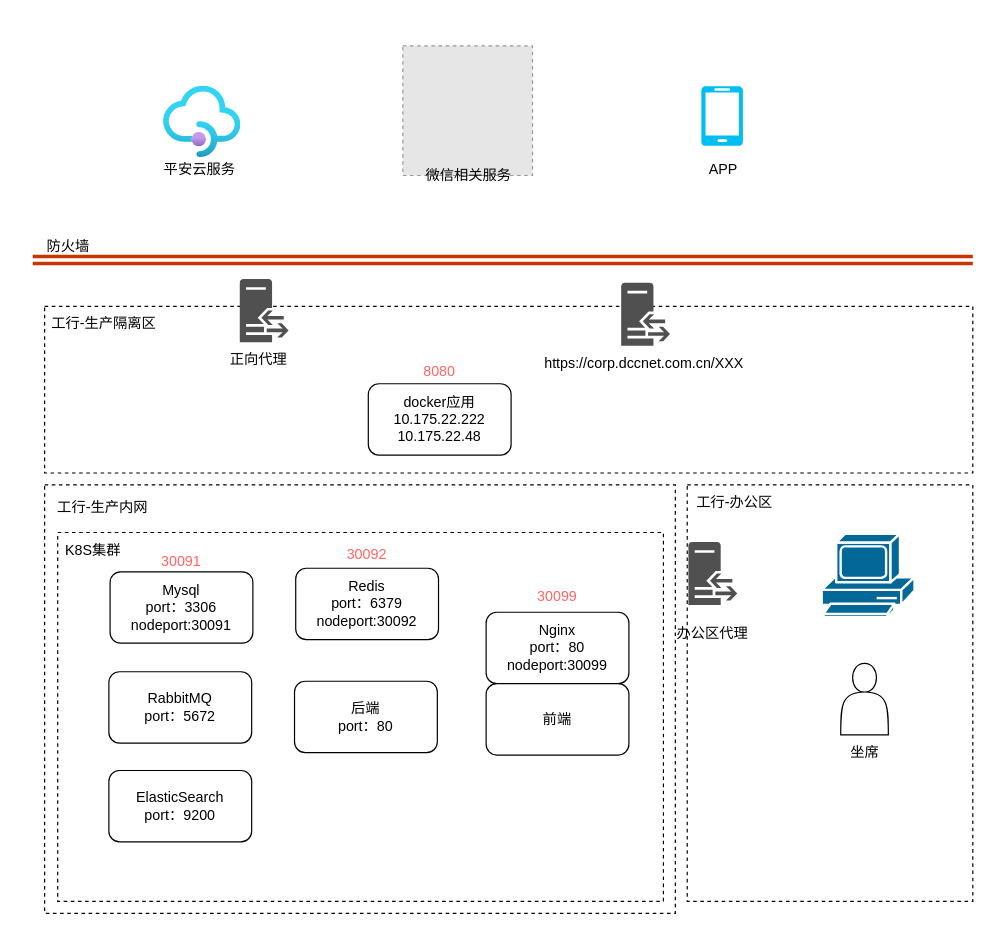
This is module8/工行.drawio from csmiao168/go_study, a draw.io file, before an edit. Source tidied: cells renumbered, new cells numbered last; positions are measured from the earlier drawing's top-left corner, leaving out a move shared by most shapes. Both pictures are drawn from the tidied source at 119%, with x=0, y=0 at pixel (20, 45). Pictures stored in the file or linked from it are replaced by grey dashed boxes.
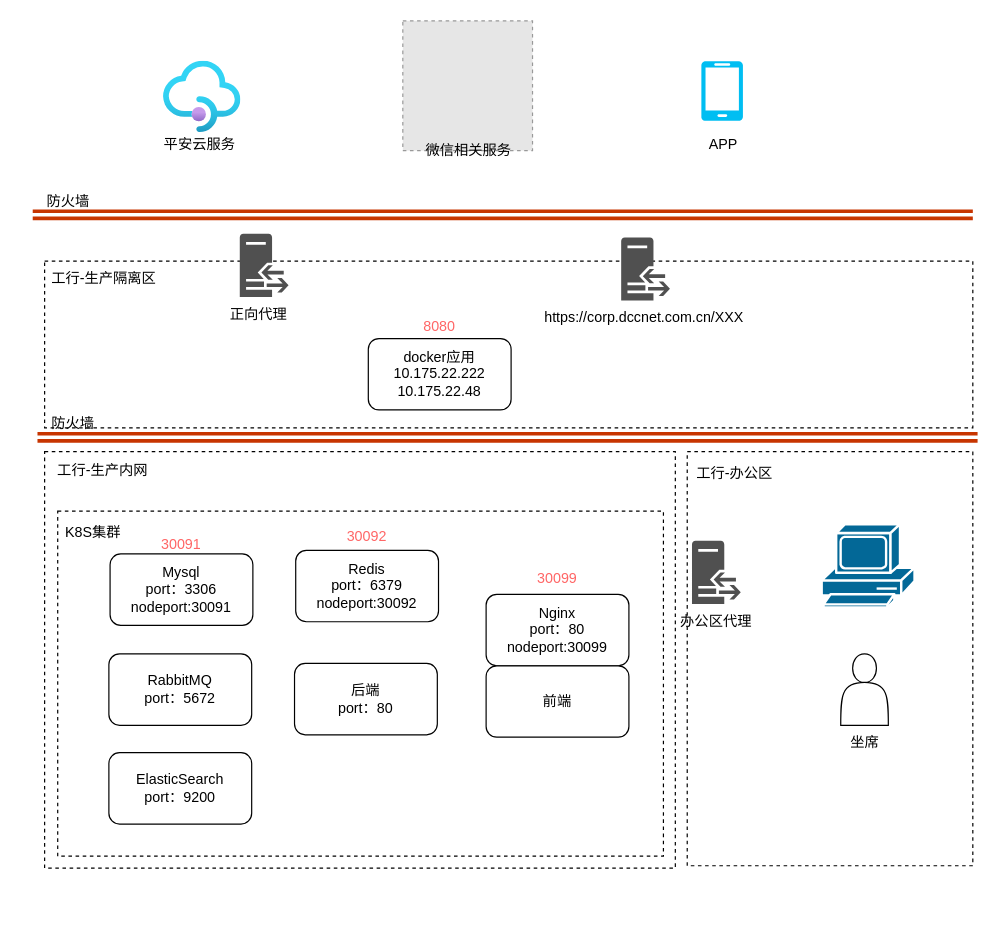
After the change.

What changed in the source:
```diff
@@
     <mxCell id="2" style="rounded=0;whiteSpace=wrap;html=1;fillColor=none;dashed=1;" parent="1" vertex="1">
-      <mxGeometry x="20" y="219" width="780" height="140" as="geometry" />
+      <mxGeometry x="20" y="181" width="780" height="140" as="geometry" />
     </mxCell>
     <mxCell id="3" style="rounded=0;whiteSpace=wrap;html=1;fillColor=none;dashed=1;" parent="1" vertex="1">
-      <mxGeometry x="20" y="369" width="530" height="360" as="geometry" />
+      <mxGeometry x="20" y="341" width="530" height="350" as="geometry" />
     </mxCell>
     <mxCell id="4" style="rounded=0;whiteSpace=wrap;html=1;fillColor=none;dashed=1;" parent="1" vertex="1">
-      <mxGeometry x="31" y="409" width="509" height="310" as="geometry" />
+      <mxGeometry x="31" y="391" width="509" height="290" as="geometry" />
     </mxCell>
     <mxCell id="5" value="工行-生产内网" style="text;html=1;align=center;verticalAlign=middle;whiteSpace=wrap;rounded=0;" parent="1" vertex="1">
-      <mxGeometry x="19" y="373" width="100" height="30" as="geometry" />
+      <mxGeometry x="19" y="342" width="100" height="30" as="geometry" />
     </mxCell>
     <mxCell id="6" value="工行-生产隔离区" style="text;html=1;align=center;verticalAlign=middle;whiteSpace=wrap;rounded=0;" parent="1" vertex="1">
-      <mxGeometry x="20" y="219" width="100" height="30" as="geometry" />
+      <mxGeometry x="20" y="181" width="100" height="30" as="geometry" />
     </mxCell>
     <mxCell id="7" style="rounded=0;whiteSpace=wrap;html=1;fillColor=none;dashed=1;" parent="1" vertex="1">
-      <mxGeometry x="560" y="369" width="240" height="350" as="geometry" />
+      <mxGeometry x="560" y="341" width="240" height="348" as="geometry" />
     </mxCell>
     <mxCell id="8" value="工行-办公区" style="text;html=1;align=center;verticalAlign=middle;whiteSpace=wrap;rounded=0;" parent="1" vertex="1">
-      <mxGeometry x="560" y="369" width="80" height="30" as="geometry" />
+      <mxGeometry x="560" y="345" width="80" height="30" as="geometry" />
     </mxCell>
     <mxCell id="9" value="K8S集群" style="text;html=1;align=center;verticalAlign=middle;whiteSpace=wrap;rounded=0;" parent="1" vertex="1">
-      <mxGeometry x="31" y="409" width="60" height="30" as="geometry" />
+      <mxGeometry x="31" y="394" width="60" height="30" as="geometry" />
     </mxCell>
     <mxCell id="10" value="&lt;div&gt;&lt;span style=&quot;background-color: initial;&quot;&gt;RabbitMQ&lt;/span&gt;&lt;/div&gt;&lt;div&gt;&lt;span style=&quot;background-color: initial;&quot;&gt;port：5672&lt;/span&gt;&lt;/div&gt;" style="rounded=1;whiteSpace=wrap;html=1;" parent="1" vertex="1">
-      <mxGeometry x="74" y="526" width="120" height="60" as="geometry" />
+      <mxGeometry x="74" y="511" width="120" height="60" as="geometry" />
     </mxCell>
     <mxCell id="11" value="&lt;div&gt;ElasticSearch&lt;/div&gt;&lt;div&gt;&lt;span style=&quot;background-color: initial;&quot;&gt;port：9200&lt;/span&gt;&lt;/div&gt;" style="rounded=1;whiteSpace=wrap;html=1;" parent="1" vertex="1">
-      <mxGeometry x="74" y="609" width="120" height="60" as="geometry" />
+      <mxGeometry x="74" y="594" width="120" height="60" as="geometry" />
     </mxCell>
     <mxCell id="12" value="&lt;div&gt;后端&lt;/div&gt;&lt;div&gt;port：80&lt;/div&gt;" style="rounded=1;whiteSpace=wrap;html=1;" parent="1" vertex="1">
-      <mxGeometry x="230" y="534" width="120" height="60" as="geometry" />
+      <mxGeometry x="230" y="519" width="120" height="60" as="geometry" />
     </mxCell>
     <mxCell id="13" style="shape=mxgraph.cisco.computers_and_peripherals.pc;html=1;dashed=0;fillColor=#036897;strokeColor=#ffffff;strokeWidth=2;verticalLabelPosition=bottom;verticalAlign=top;align=center;" parent="1" vertex="1">
-      <mxGeometry x="673" y="410" width="78" height="70" as="geometry" />
+      <mxGeometry x="673" y="402" width="78" height="70" as="geometry" />
     </mxCell>
-    <mxCell id="14" value="办公区代理" style="text;html=1;align=center;verticalAlign=middle;whiteSpace=wrap;rounded=0;" parent="1" vertex="1">
-      <mxGeometry x="547.2" y="479" width="68.5" height="30" as="geometry" />
-    </mxCell>
-    <mxCell id="15" style="sketch=0;shadow=0;dashed=0;html=1;strokeColor=none;fillColor=#505050;labelPosition=center;verticalLabelPosition=bottom;verticalAlign=top;align=center;shape=mxgraph.office.servers.reverse_proxy;" parent="1" vertex="1">
-      <mxGeometry x="561" y="417" width="41" height="53" as="geometry" />
-    </mxCell>
-    <mxCell id="16" style="shape=link;html=1;rounded=0;labelBackgroundColor=#FFB366;fontColor=#FFB366;labelBorderColor=#FFB366;strokeColor=#C73500;fillColor=#fa6800;strokeWidth=3;" parent="1" edge="1">
-      <mxGeometry relative="1" as="geometry">
-        <mxPoint x="10" y="180" as="sourcePoint" />
-        <mxPoint x="800" y="180" as="targetPoint" />
-      </mxGeometry>
-    </mxCell>
-    <mxCell id="17" value="防火墙" style="text;html=1;align=center;verticalAlign=middle;whiteSpace=wrap;rounded=0;" parent="1" vertex="1">
-      <mxGeometry y="154" width="80" height="30" as="geometry" />
-    </mxCell>
     <mxCell id="18" style="group;" parent="1" vertex="1">
-      <mxGeometry x="110" y="34" width="81" height="85" as="geometry" />
+      <mxGeometry x="110" y="13" width="81" height="85" as="geometry" />
     </mxCell>
@@
     <mxCell id="21" style="group;" parent="1" vertex="1">
-      <mxGeometry x="321" width="109" height="124" as="geometry" />
+      <mxGeometry x="321" y="-21" width="109" height="124" as="geometry" />
     </mxCell>
@@
     <mxCell id="24" style="group;" parent="1" vertex="1">
-      <mxGeometry x="550" y="34" width="81" height="85" as="geometry" />
+      <mxGeometry x="550" y="13" width="81" height="85" as="geometry" />
     </mxCell>
@@
     <mxCell id="27" style="group;" parent="1" vertex="1">
-      <mxGeometry x="444" y="199" width="160" height="83" as="geometry" />
+      <mxGeometry x="444" y="161" width="160" height="83" as="geometry" />
     </mxCell>
@@
     <mxCell id="30" style="group;" parent="1" vertex="1">
-      <mxGeometry x="160" y="196" width="80" height="83" as="geometry" />
+      <mxGeometry x="160" y="158" width="80" height="83" as="geometry" />
     </mxCell>
@@
     <mxCell id="33" style="group;" parent="1" vertex="1">
-      <mxGeometry x="292" y="259" width="120" height="85" as="geometry" />
+      <mxGeometry x="292" y="221" width="120" height="85" as="geometry" />
     </mxCell>
@@
     <mxCell id="36" style="group;" parent="1" vertex="1">
-      <mxGeometry x="674.8" y="519" width="68.5" height="90" as="geometry" />
+      <mxGeometry x="674.8" y="511" width="68.5" height="90" as="geometry" />
     </mxCell>
@@
     <mxCell id="39" style="group;" parent="1" vertex="1">
-      <mxGeometry x="75" y="419" width="120" height="83" as="geometry" />
+      <mxGeometry x="75" y="404" width="120" height="83" as="geometry" />
     </mxCell>
@@
     <mxCell id="42" style="group;" parent="1" vertex="1">
-      <mxGeometry x="231" y="413" width="120" height="86" as="geometry" />
+      <mxGeometry x="231" y="398" width="120" height="86" as="geometry" />
     </mxCell>
@@
     <mxCell id="45" style="group;" parent="1" vertex="1">
-      <mxGeometry x="391" y="448" width="120" height="148" as="geometry" />
+      <mxGeometry x="391" y="433" width="120" height="148" as="geometry" />
     </mxCell>
@@
+    <mxCell id="50" style="group;" parent="1" vertex="1">
+      <mxGeometry y="116" width="800" height="30" as="geometry" />
+    </mxCell>
+    <mxCell id="16" style="shape=link;html=1;rounded=0;labelBackgroundColor=#FFB366;fontColor=#FFB366;labelBorderColor=#FFB366;strokeColor=#C73500;fillColor=#fa6800;strokeWidth=3;" parent="50" edge="1">
+      <mxGeometry relative="1" as="geometry">
+        <mxPoint x="10" y="26" as="sourcePoint" />
+        <mxPoint x="800" y="26" as="targetPoint" />
+      </mxGeometry>
+    </mxCell>
+    <mxCell id="17" value="防火墙" style="text;html=1;align=center;verticalAlign=middle;whiteSpace=wrap;rounded=0;" parent="50" vertex="1">
+      <mxGeometry width="80" height="30" as="geometry" />
+    </mxCell>
+    <mxCell id="51" style="group;" parent="1" vertex="1">
+      <mxGeometry x="550.2" y="416" width="68.5" height="83" as="geometry" />
+    </mxCell>
+    <mxCell id="14" value="办公区代理" style="text;html=1;align=center;verticalAlign=middle;whiteSpace=wrap;rounded=0;" parent="51" vertex="1">
+      <mxGeometry y="53" width="68.5" height="30" as="geometry" />
+    </mxCell>
+    <mxCell id="15" style="sketch=0;shadow=0;dashed=0;html=1;strokeColor=none;fillColor=#505050;labelPosition=center;verticalLabelPosition=bottom;verticalAlign=top;align=center;shape=mxgraph.office.servers.reverse_proxy;" parent="51" vertex="1">
+      <mxGeometry x="13.8" width="41" height="53" as="geometry" />
+    </mxCell>
+    <mxCell id="52" style="group;" parent="1" vertex="1">
+      <mxGeometry x="4" y="303" width="800" height="30" as="geometry" />
+    </mxCell>
+    <mxCell id="53" style="shape=link;html=1;rounded=0;labelBackgroundColor=#FFB366;fontColor=#FFB366;labelBorderColor=#FFB366;strokeColor=#C73500;fillColor=#fa6800;strokeWidth=3;" parent="52" edge="1">
+      <mxGeometry relative="1" as="geometry">
+        <mxPoint x="10" y="26" as="sourcePoint" />
+        <mxPoint x="800" y="26" as="targetPoint" />
+      </mxGeometry>
+    </mxCell>
+    <mxCell id="54" value="防火墙" style="text;html=1;align=center;verticalAlign=middle;whiteSpace=wrap;rounded=0;" parent="52" vertex="1">
+      <mxGeometry width="80" height="30" as="geometry" />
+    </mxCell>
```
